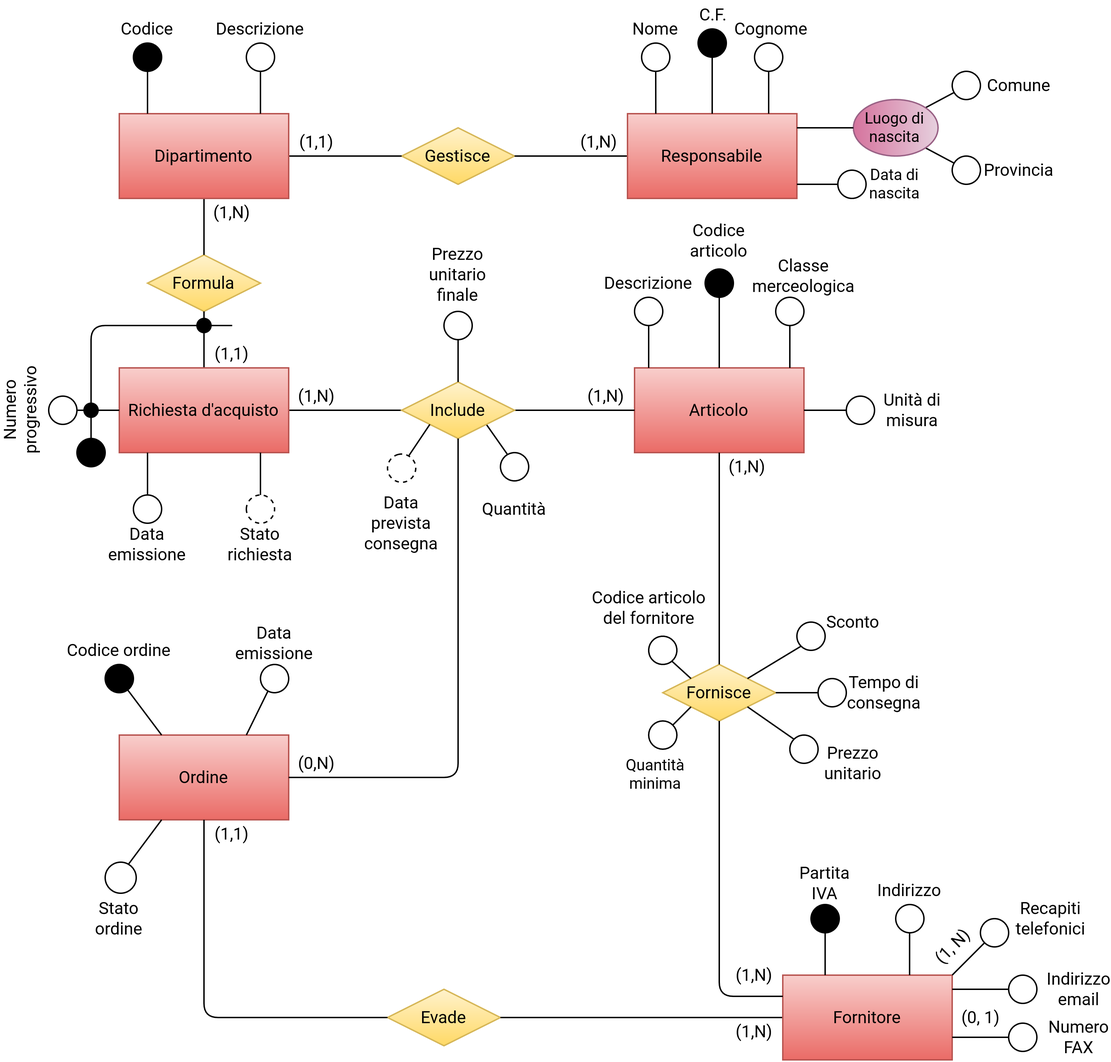
Before: ER.png, a diagram exported from draw.io (FraBomba6/Progetto_BdD). Source tidied: cells renumbered, new cells last; positions are measured from the earlier drawing's top-left corner, leaving out a move shared by most shapes.
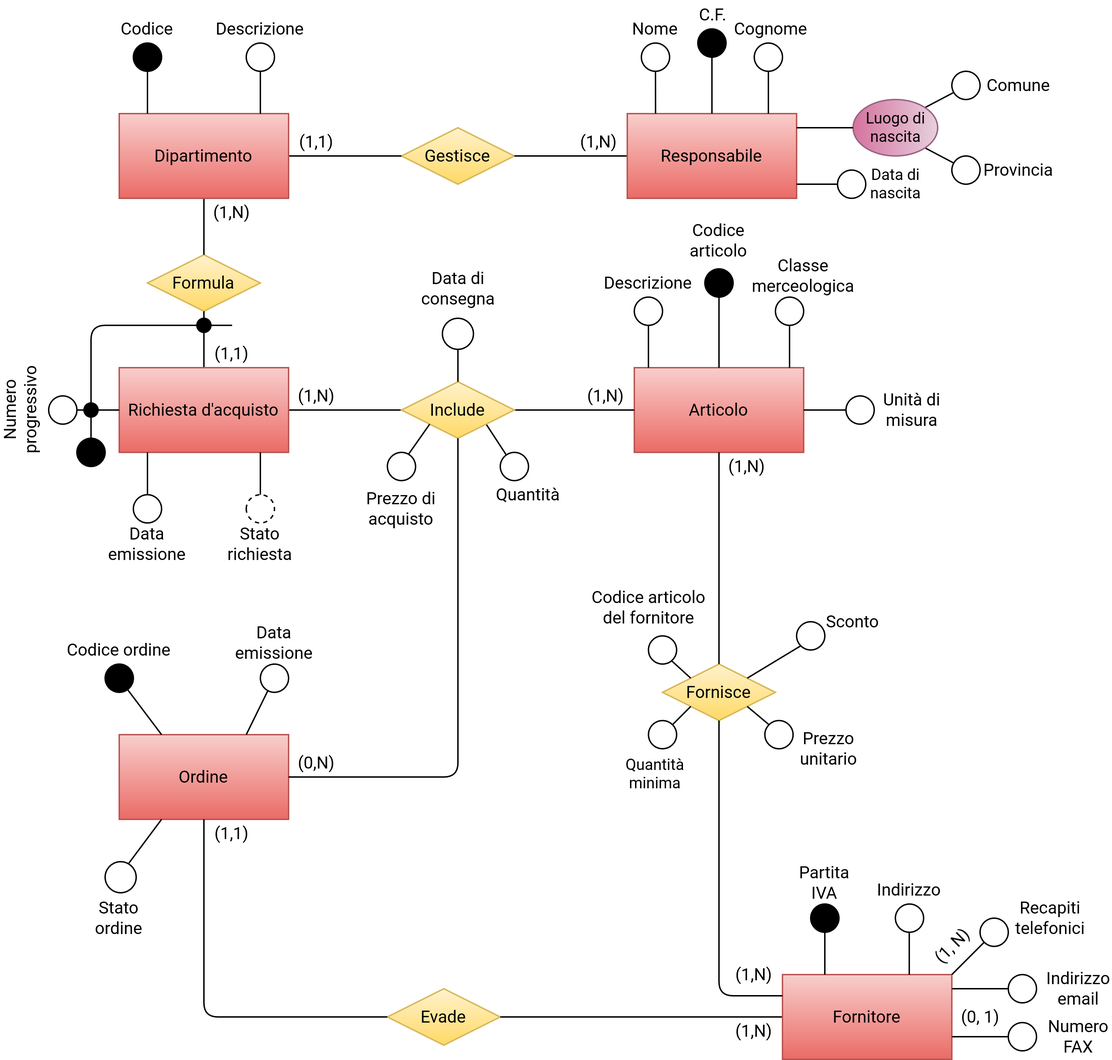
Later version of the same file.

The edit, as a diff of the source:
```diff
@@ -2,12 +2,6 @@
   <root>
     <mxCell id="0" />
     <mxCell id="1" parent="0" />
-    <mxCell id="2" style="group;rotation=45;fontFamily=Roboto;fontSource=https%3A%2F%2Ffonts.googleapis.com%2Fcss%3Ffamily%3DRoboto;" parent="1" vertex="1">
-      <mxGeometry x="290" y="295" width="20" height="50" as="geometry" />
-    </mxCell>
-    <mxCell id="3" style="ellipse;whiteSpace=wrap;html=1;fontFamily=Roboto;fontSource=https%3A%2F%2Ffonts.googleapis.com%2Fcss%3Ffamily%3DRoboto;rotation=-105;dashed=1;" parent="2" vertex="1">
-      <mxGeometry x="-10" y="26" width="20" height="20" as="geometry" />
-    </mxCell>
     <mxCell id="4" style="endArrow=none;html=1;entryX=1;entryY=1;entryDx=0;entryDy=0;fontFamily=Roboto;fontSource=https%3A%2F%2Ffonts.googleapis.com%2Fcss%3Ffamily%3DRoboto;exitX=1;exitY=1;exitDx=0;exitDy=0;" parent="1" edge="1" source="55" target="130">
       <mxGeometry relative="1" as="geometry" />
     </mxCell>
@@ -201,9 +195,6 @@
     <mxCell id="64" style="ellipse;fontFamily=Roboto;fontSource=https%3A%2F%2Ffonts.googleapis.com%2Fcss%3Ffamily%3DRoboto;fillColor=#000000;" parent="1" vertex="1">
       <mxGeometry x="60" y="310" width="20" height="20" as="geometry" />
     </mxCell>
-    <mxCell id="65" value="&lt;div&gt;Data&lt;/div&gt;&lt;div&gt;prevista&lt;/div&gt;&lt;div&gt;consegna&lt;br&gt;&lt;/div&gt;" style="text;html=1;strokeColor=none;fillColor=none;align=center;verticalAlign=middle;whiteSpace=wrap;rounded=0;fontFamily=Roboto;fontSource=https%3A%2F%2Ffonts.googleapis.com%2Fcss%3Ffamily%3DRoboto;rotation=0;" parent="1" vertex="1">
-      <mxGeometry x="270" y="360" width="40" height="20" as="geometry" />
-    </mxCell>
     <mxCell id="66" style="group;fontFamily=Roboto;fontSource=https%3A%2F%2Ffonts.googleapis.com%2Fcss%3Ffamily%3DRoboto;rotation=90;" parent="1" vertex="1">
       <mxGeometry x="595" y="270" width="40" height="80" as="geometry" />
     </mxCell>
@@ -273,10 +264,10 @@
       <mxGeometry x="388" y="489.8" as="geometry" />
     </mxCell>
     <mxCell id="88" style="ellipse;fontFamily=Roboto;fontSource=https%3A%2F%2Ffonts.googleapis.com%2Fcss%3Ffamily%3DRoboto;rotation=-180;" parent="1" vertex="1">
-      <mxGeometry x="565" y="520" width="20" height="20" as="geometry" />
+      <mxGeometry x="547.5" y="510" width="20" height="20" as="geometry" />
     </mxCell>
     <mxCell id="89" value="Prezzo unitario" style="text;html=1;strokeColor=none;fillColor=none;align=center;verticalAlign=middle;whiteSpace=wrap;rounded=0;fontFamily=Roboto;fontSource=https%3A%2F%2Ffonts.googleapis.com%2Fcss%3Ffamily%3DRoboto;rotation=0;" parent="1" vertex="1">
-      <mxGeometry x="590" y="530" width="40" height="20" as="geometry" />
+      <mxGeometry x="572.5" y="520" width="40" height="20" as="geometry" />
     </mxCell>
     <mxCell id="90" style="group;fontFamily=Roboto;fontSource=https%3A%2F%2Ffonts.googleapis.com%2Fcss%3Ffamily%3DRoboto;" parent="1" vertex="1">
       <mxGeometry x="570" y="440" width="20" height="20" as="geometry" />
@@ -284,12 +275,6 @@
     <mxCell id="91" style="ellipse;whiteSpace=wrap;html=1;fontFamily=Roboto;fontSource=https%3A%2F%2Ffonts.googleapis.com%2Fcss%3Ffamily%3DRoboto;rotation=0;" parent="90" vertex="1">
       <mxGeometry width="20" height="20" as="geometry" />
     </mxCell>
-    <mxCell id="92" style="endArrow=none;html=1;fontFamily=Roboto;fontSource=https%3A%2F%2Ffonts.googleapis.com%2Fcss%3Ffamily%3DRoboto;exitX=1;exitY=0.5;exitDx=0;exitDy=0;entryX=0;entryY=0.5;entryDx=0;entryDy=0;" parent="1" edge="1" source="56" target="140">
-      <mxGeometry x="299" y="416" as="geometry" />
-    </mxCell>
-    <mxCell id="93" value="Tempo di consegna" style="text;html=1;strokeColor=none;fillColor=none;align=center;verticalAlign=middle;whiteSpace=wrap;rounded=0;fontFamily=Roboto;fontSource=https%3A%2F%2Ffonts.googleapis.com%2Fcss%3Ffamily%3DRoboto;rotation=0;" parent="1" vertex="1">
-      <mxGeometry x="612.5" y="480" width="40" height="20" as="geometry" />
-    </mxCell>
     <mxCell id="94" style="ellipse;whiteSpace=wrap;html=1;rotation=105;fontFamily=Roboto;fontSource=https%3A%2F%2Ffonts.googleapis.com%2Fcss%3Ffamily%3DRoboto;" parent="1" vertex="1">
       <mxGeometry x="680" y="50" width="20" height="20" as="geometry" />
     </mxCell>
@@ -416,7 +401,7 @@
     <mxCell id="129" value="&lt;div&gt;Stato&lt;/div&gt;&lt;div&gt;richiesta&lt;br&gt;&lt;/div&gt;" style="text;html=1;strokeColor=none;fillColor=none;align=center;verticalAlign=middle;whiteSpace=wrap;rounded=0;fontFamily=Roboto;fontSource=https%3A%2F%2Ffonts.googleapis.com%2Fcss%3Ffamily%3DRoboto;rotation=0;" parent="126" vertex="1">
       <mxGeometry y="55" width="40" height="20" as="geometry" />
     </mxCell>
-    <mxCell id="130" style="ellipse;whiteSpace=wrap;html=1;fontFamily=Roboto;fontSource=https%3A%2F%2Ffonts.googleapis.com%2Fcss%3Ffamily%3DRoboto;rotation=-165;" parent="1" vertex="1">
+    <mxCell id="130" style="ellipse;whiteSpace=wrap;html=1;fontFamily=Roboto;fontSource=https%3A%2F%2Ffonts.googleapis.com%2Fcss%3Ffamily%3DRoboto;rotation=-170;" parent="1" vertex="1">
       <mxGeometry x="360" y="320" width="20" height="20" as="geometry" />
     </mxCell>
     <mxCell id="131" style="endArrow=none;html=1;entryX=0.5;entryY=1;entryDx=0;entryDy=0;fontFamily=Roboto;fontSource=https%3A%2F%2Ffonts.googleapis.com%2Fcss%3Ffamily%3DRoboto;exitX=0.25;exitY=1;exitDx=0;exitDy=0;" parent="1" edge="1" source="6" target="145">
@@ -463,15 +448,6 @@
     <mxCell id="138" style="endArrow=none;html=1;entryX=0;entryY=1;entryDx=0;entryDy=0;fontFamily=Roboto;fontSource=https%3A%2F%2Ffonts.googleapis.com%2Fcss%3Ffamily%3DRoboto;exitX=1;exitY=0;exitDx=0;exitDy=0;" parent="1" edge="1" source="56" target="91">
       <mxGeometry x="454" y="436" as="geometry" />
     </mxCell>
-    <mxCell id="139" style="group;fontFamily=Roboto;fontSource=https%3A%2F%2Ffonts.googleapis.com%2Fcss%3Ffamily%3DRoboto;" parent="1" vertex="1">
-      <mxGeometry x="585" y="480" width="20" height="20" as="geometry" />
-    </mxCell>
-    <mxCell id="140" style="ellipse;whiteSpace=wrap;html=1;fontFamily=Roboto;fontSource=https%3A%2F%2Ffonts.googleapis.com%2Fcss%3Ffamily%3DRoboto;rotation=0;" parent="139" vertex="1">
-      <mxGeometry width="20" height="20" as="geometry" />
-    </mxCell>
-    <mxCell id="141" style="endArrow=none;html=1;entryX=1;entryY=1;entryDx=0;entryDy=0;fontFamily=Roboto;fontSource=https%3A%2F%2Ffonts.googleapis.com%2Fcss%3Ffamily%3DRoboto;exitX=0;exitY=1;exitDx=0;exitDy=0;" parent="1" edge="1" source="55" target="3">
-      <mxGeometry relative="1" as="geometry" />
-    </mxCell>
     <mxCell id="142" style="ellipse;fontFamily=Roboto;fontSource=https%3A%2F%2Ffonts.googleapis.com%2Fcss%3Ffamily%3DRoboto;rotation=-40;" parent="1" vertex="1">
       <mxGeometry x="465" y="450" width="20" height="20" as="geometry" />
     </mxCell>
@@ -485,7 +461,7 @@
       <mxGeometry x="80" y="610" width="22" height="22" as="geometry" />
     </mxCell>
     <mxCell id="146" value="Quantità" style="text;html=1;strokeColor=none;fillColor=none;align=center;verticalAlign=middle;whiteSpace=wrap;rounded=0;fontFamily=Roboto;fontSource=https%3A%2F%2Ffonts.googleapis.com%2Fcss%3Ffamily%3DRoboto;" parent="1" vertex="1">
-      <mxGeometry x="350" y="350" width="40" height="20" as="geometry" />
+      <mxGeometry x="360" y="340" width="40" height="20" as="geometry" />
     </mxCell>
     <mxCell id="147" style="ellipse;fontFamily=Roboto;fontSource=https%3A%2F%2Ffonts.googleapis.com%2Fcss%3Ffamily%3DRoboto;fillColor=#000000;" parent="1" vertex="1">
       <mxGeometry x="145" y="225" width="10" height="10" as="geometry" />
@@ -496,16 +472,26 @@
     <mxCell id="149" style="endArrow=none;html=1;exitX=0.5;exitY=0;exitDx=0;exitDy=0;fontFamily=Roboto;fontSource=https%3A%2F%2Ffonts.googleapis.com%2Fcss%3Ffamily%3DRoboto;" parent="1" edge="1" source="64" target="148">
       <mxGeometry relative="1" as="geometry" />
     </mxCell>
-    <mxCell id="150" value="&lt;div&gt;Prezzo unitario finale&lt;br&gt;&lt;/div&gt;" style="text;html=1;strokeColor=none;fillColor=none;align=center;verticalAlign=middle;whiteSpace=wrap;rounded=0;fontFamily=Roboto;fontSource=https%3A%2F%2Ffonts.googleapis.com%2Fcss%3Ffamily%3DRoboto;" parent="1" vertex="1">
-      <mxGeometry x="310" y="183.5" width="40" height="20" as="geometry" />
-    </mxCell>
-    <mxCell id="151" style="ellipse;whiteSpace=wrap;html=1;fontFamily=Roboto;fontSource=https%3A%2F%2Ffonts.googleapis.com%2Fcss%3Ffamily%3DRoboto;" parent="1" vertex="1">
-      <mxGeometry x="320" y="220" width="20" height="20" as="geometry" />
-    </mxCell>
-    <mxCell id="152" style="endArrow=none;html=1;entryX=0.5;entryY=1;entryDx=0;entryDy=0;fontFamily=Roboto;fontSource=https%3A%2F%2Ffonts.googleapis.com%2Fcss%3Ffamily%3DRoboto;" parent="1" edge="1" target="151">
-      <mxGeometry x="310" y="220" as="geometry">
-        <mxPoint x="330" y="270" as="sourcePoint" />
-      </mxGeometry>
-    </mxCell>
+    <mxCell id="153" style="ellipse;whiteSpace=wrap;html=1;fontFamily=Roboto;fontSource=https%3A%2F%2Ffonts.googleapis.com%2Fcss%3Ffamily%3DRoboto;rotation=-180;" parent="1" vertex="1">
+      <mxGeometry x="319" y="225" width="22" height="22" as="geometry" />
+    </mxCell>
+    <mxCell id="154" style="endArrow=none;html=1;entryX=0.5;entryY=0;entryDx=0;entryDy=0;fontFamily=Roboto;fontSource=https%3A%2F%2Ffonts.googleapis.com%2Fcss%3Ffamily%3DRoboto;exitX=0.5;exitY=0;exitDx=0;exitDy=0;" parent="1" edge="1" source="55" target="153">
+      <mxGeometry relative="1" as="geometry" />
+    </mxCell>
+    <mxCell id="155" value="&lt;div&gt;Data di consegna&lt;/div&gt;" style="text;html=1;strokeColor=none;fillColor=none;align=center;verticalAlign=middle;whiteSpace=wrap;rounded=0;fontFamily=Roboto;fontSource=https%3A%2F%2Ffonts.googleapis.com%2Fcss%3Ffamily%3DRoboto;rotation=0;" parent="1" vertex="1">
+      <mxGeometry x="300.5" y="193.5" width="59" height="20" as="geometry" />
+    </mxCell>
+    <mxCell id="156" style="group;fontFamily=Roboto;fontSource=https%3A%2F%2Ffonts.googleapis.com%2Fcss%3Ffamily%3DRoboto;rotation=-150;" parent="1" vertex="1">
+      <mxGeometry x="280" y="300" width="50" height="80" as="geometry" />
+    </mxCell>
+    <mxCell id="157" style="ellipse;whiteSpace=wrap;html=1;fontFamily=Roboto;fontSource=https%3A%2F%2Ffonts.googleapis.com%2Fcss%3Ffamily%3DRoboto;rotation=-150;" parent="156" vertex="1">
+      <mxGeometry y="20" width="20" height="20" as="geometry" />
+    </mxCell>
+    <mxCell id="158" value="&lt;div&gt;Prezzo di acquisto&lt;/div&gt;" style="text;html=1;strokeColor=none;fillColor=none;align=center;verticalAlign=middle;whiteSpace=wrap;rounded=0;fontFamily=Roboto;fontSource=https%3A%2F%2Ffonts.googleapis.com%2Fcss%3Ffamily%3DRoboto;rotation=0;" parent="156" vertex="1">
+      <mxGeometry x="-20" y="50" width="60" height="20" as="geometry" />
+    </mxCell>
+    <mxCell id="159" style="endArrow=none;html=1;entryX=0.5;entryY=1;entryDx=0;entryDy=0;fontFamily=Roboto;fontSource=https%3A%2F%2Ffonts.googleapis.com%2Fcss%3Ffamily%3DRoboto;exitX=0;exitY=1;exitDx=0;exitDy=0;" parent="1" edge="1" source="55" target="157">
+      <mxGeometry x="288" y="337" as="geometry" />
+    </mxCell>
   </root>
 </mxGraphModel>
```
